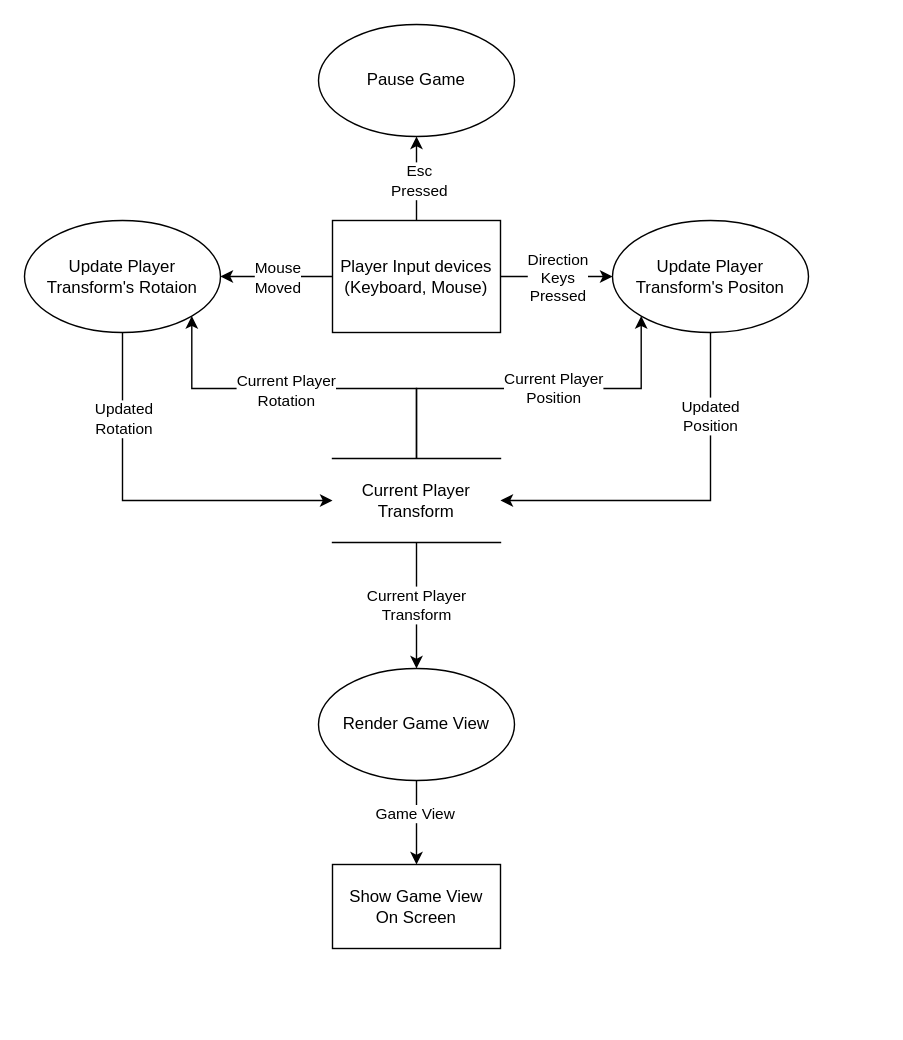
This is Pictures/PlayerControlDFD.drawio from Mokmokhi/Pacman, a draw.io file, before an edit. Source tidied: cells renumbered, new cells numbered last; positions are measured from the earlier drawing's top-left corner, leaving out a move shared by most shapes. Both pictures are drawn from the tidied source at 140%, with x=0, y=0 at pixel (24, 24).
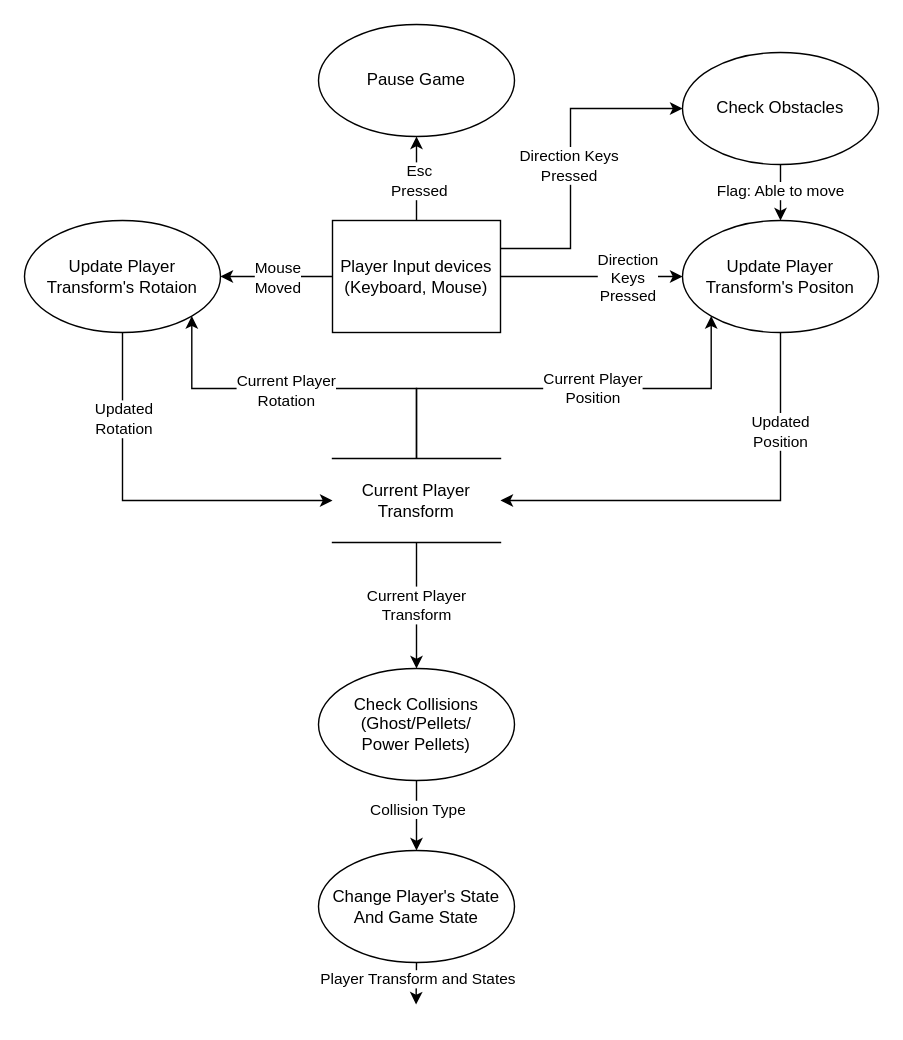
The same page after the edit.

Unchanged cells that the change refers to:
```xml
<mxCell id="8" value="Player Input devices&lt;br&gt;(Keyboard, Mouse)" style="rounded=0;whiteSpace=wrap;html=1;" parent="1" vertex="1">
  <mxGeometry x="220" y="140" width="120" height="80" as="geometry" />
</mxCell>
<mxCell id="24" value="Current Player&lt;br&gt;Transform" style="shape=partialRectangle;whiteSpace=wrap;html=1;left=0;right=0;fillColor=none;" parent="1" vertex="1">
  <mxGeometry x="220" y="310" width="120" height="60" as="geometry" />
</mxCell>
```

Diff of the diagram source:
```diff
@@
-    <mxCell id="2" style="edgeStyle=orthogonalEdgeStyle;rounded=0;jettySize=auto;html=1;" parent="1" edge="1" source="8" target="11">
-      <mxGeometry relative="1" as="geometry" />
-    </mxCell>
-    <mxCell id="3" value="Direction&lt;br&gt;Keys&lt;br&gt;Pressed" style="edgeLabel;html=1;align=center;verticalAlign=middle;" parent="2" vertex="1">
-      <mxGeometry x="-0.14" relative="1" as="geometry">
-        <mxPoint x="6" as="offset" />
-      </mxGeometry>
-    </mxCell>
@@
+    <mxCell id="27" style="edgeStyle=orthogonalEdgeStyle;rounded=0;jettySize=auto;html=1;entryX=0;entryY=0.5;entryDx=0;entryDy=0;exitX=1;exitY=0.25;exitDx=0;exitDy=0;" parent="1" edge="1" source="8" target="31">
+      <mxGeometry relative="1" as="geometry">
+        <Array as="points">
+          <mxPoint x="390" y="160" />
+          <mxPoint x="390" y="60" />
+        </Array>
+      </mxGeometry>
+    </mxCell>
+    <mxCell id="28" value="Direction Keys&lt;br&gt;Pressed" style="edgeLabel;html=1;align=center;verticalAlign=middle;" parent="27" vertex="1">
+      <mxGeometry x="0.06" y="2" relative="1" as="geometry">
+        <mxPoint y="12" as="offset" />
+      </mxGeometry>
+    </mxCell>
+    <mxCell id="2" style="edgeStyle=orthogonalEdgeStyle;rounded=0;jettySize=auto;html=1;entryX=0;entryY=0.5;entryDx=0;entryDy=0;" parent="1" edge="1" source="8" target="11">
+      <mxGeometry relative="1" as="geometry" />
+    </mxCell>
+    <mxCell id="29" value="Direction&lt;br&gt;Keys&lt;br style=&quot;border-color: var(--border-color);&quot;&gt;Pressed" style="edgeLabel;html=1;align=center;verticalAlign=middle;" parent="2" vertex="1">
+      <mxGeometry x="0.29" y="3" relative="1" as="geometry">
+        <mxPoint x="6" y="3" as="offset" />
+      </mxGeometry>
+    </mxCell>
@@
     <mxCell id="9" style="edgeStyle=orthogonalEdgeStyle;rounded=0;jettySize=auto;html=1;entryX=1;entryY=0.5;entryDx=0;entryDy=0;" parent="1" edge="1" source="11" target="24">
       <mxGeometry relative="1" as="geometry">
         <Array as="points">
-          <mxPoint x="490" y="340" />
+          <mxPoint x="540" y="340" />
         </Array>
       </mxGeometry>
     </mxCell>
@@
     <mxCell id="11" value="Update Player&lt;br&gt;Transform's Positon" style="ellipse;whiteSpace=wrap;html=1;rounded=0;" parent="1" vertex="1">
-      <mxGeometry x="420" y="140" width="140" height="80" as="geometry" />
+      <mxGeometry x="470" y="140" width="140" height="80" as="geometry" />
     </mxCell>
@@
-    <mxCell id="16" style="edgeStyle=orthogonalEdgeStyle;rounded=0;jettySize=auto;html=1;" parent="1" edge="1" source="18" target="26">
-      <mxGeometry relative="1" as="geometry" />
-    </mxCell>
-    <mxCell id="17" value="Game View" style="edgeLabel;html=1;align=center;verticalAlign=middle;" parent="16" vertex="1">
-      <mxGeometry x="-0.25" y="-2" relative="1" as="geometry" />
-    </mxCell>
-    <mxCell id="18" value="Render Game View" style="ellipse;whiteSpace=wrap;html=1;rounded=0;" parent="1" vertex="1">
-      <mxGeometry x="210" y="460" width="140" height="80" as="geometry" />
-    </mxCell>
-    <mxCell id="19" value="Current Player&lt;br&gt;Transform" style="edgeStyle=orthogonalEdgeStyle;rounded=0;jettySize=auto;html=1;entryX=0.5;entryY=0;entryDx=0;entryDy=0;" parent="1" edge="1" source="24" target="18">
-      <mxGeometry relative="1" as="geometry" />
+    <mxCell id="19" value="Current Player&lt;br&gt;Transform" style="edgeStyle=orthogonalEdgeStyle;rounded=0;jettySize=auto;html=1;entryX=0.5;entryY=0;entryDx=0;entryDy=0;" parent="1" edge="1" source="24">
+      <mxGeometry relative="1" as="geometry">
+        <mxPoint x="280" y="460" as="targetPoint" />
+      </mxGeometry>
     </mxCell>
     <mxCell id="20" style="edgeStyle=orthogonalEdgeStyle;rounded=0;jettySize=auto;html=1;entryX=0;entryY=1;entryDx=0;entryDy=0;" parent="1" edge="1" source="24" target="11">
       <mxGeometry relative="1" as="geometry">
         <Array as="points">
           <mxPoint x="280" y="260" />
-          <mxPoint x="440" y="260" />
-          <mxPoint x="440" y="208" />
+          <mxPoint x="490" y="260" />
+          <mxPoint x="490" y="208" />
         </Array>
       </mxGeometry>
     </mxCell>
@@
-    <mxCell id="25" style="edgeStyle=orthogonalEdgeStyle;rounded=0;jettySize=auto;html=1;exitX=0.5;exitY=0;exitDx=0;exitDy=0;" parent="1" edge="1" source="26">
-      <mxGeometry relative="1" as="geometry">
-        <mxPoint x="280.3" y="620" as="targetPoint" />
-      </mxGeometry>
-    </mxCell>
-    <mxCell id="26" value="Show Game View&lt;br&gt;On Screen" style="rounded=0;whiteSpace=wrap;html=1;" parent="1" vertex="1">
-      <mxGeometry x="220" y="600" width="120" height="60" as="geometry" />
-    </mxCell>
+    <mxCell id="30" value="Flag: Able to move" style="edgeStyle=orthogonalEdgeStyle;rounded=0;orthogonalLoop=1;jettySize=auto;html=1;exitX=0.5;exitY=1;exitDx=0;exitDy=0;" parent="1" edge="1">
+      <mxGeometry relative="1" as="geometry">
+        <mxPoint x="540" y="97" as="sourcePoint" />
+        <mxPoint x="540" y="140" as="targetPoint" />
+      </mxGeometry>
+    </mxCell>
+    <mxCell id="31" value="Check Obstacles" style="ellipse;whiteSpace=wrap;html=1;rounded=0;" parent="1" vertex="1">
+      <mxGeometry x="470" y="20" width="140" height="80" as="geometry" />
+    </mxCell>
+    <mxCell id="32" style="edgeStyle=orthogonalEdgeStyle;rounded=0;jettySize=auto;html=1;entryX=0.5;entryY=0;entryDx=0;entryDy=0;" parent="1" edge="1" source="34" target="37">
+      <mxGeometry relative="1" as="geometry" />
+    </mxCell>
+    <mxCell id="33" value="Collision Type" style="edgeLabel;html=1;align=center;verticalAlign=middle;" parent="32" vertex="1">
+      <mxGeometry x="-0.28" y="-3" relative="1" as="geometry">
+        <mxPoint x="3" y="2" as="offset" />
+      </mxGeometry>
+    </mxCell>
+    <mxCell id="34" value="Check Collisions&lt;br&gt;(Ghost/Pellets/&lt;br&gt;Power Pellets)" style="ellipse;whiteSpace=wrap;html=1;rounded=0;" parent="1" vertex="1">
+      <mxGeometry x="210" y="460" width="140" height="80" as="geometry" />
+    </mxCell>
+    <mxCell id="35" style="edgeStyle=orthogonalEdgeStyle;rounded=0;jettySize=auto;html=1;exitX=0.5;exitY=1;exitDx=0;exitDy=0;" parent="1" edge="1" source="37">
+      <mxGeometry relative="1" as="geometry">
+        <mxPoint x="279.7" y="700" as="targetPoint" />
+      </mxGeometry>
+    </mxCell>
+    <mxCell id="36" value="Player Transform and States" style="edgeLabel;html=1;align=center;verticalAlign=middle;" parent="35" vertex="1">
+      <mxGeometry x="-0.28" y="1" relative="1" as="geometry" />
+    </mxCell>
+    <mxCell id="37" value="Change Player's State&lt;br&gt;And Game State" style="ellipse;whiteSpace=wrap;html=1;rounded=0;" parent="1" vertex="1">
+      <mxGeometry x="210" y="590" width="140" height="80" as="geometry" />
+    </mxCell>
```
